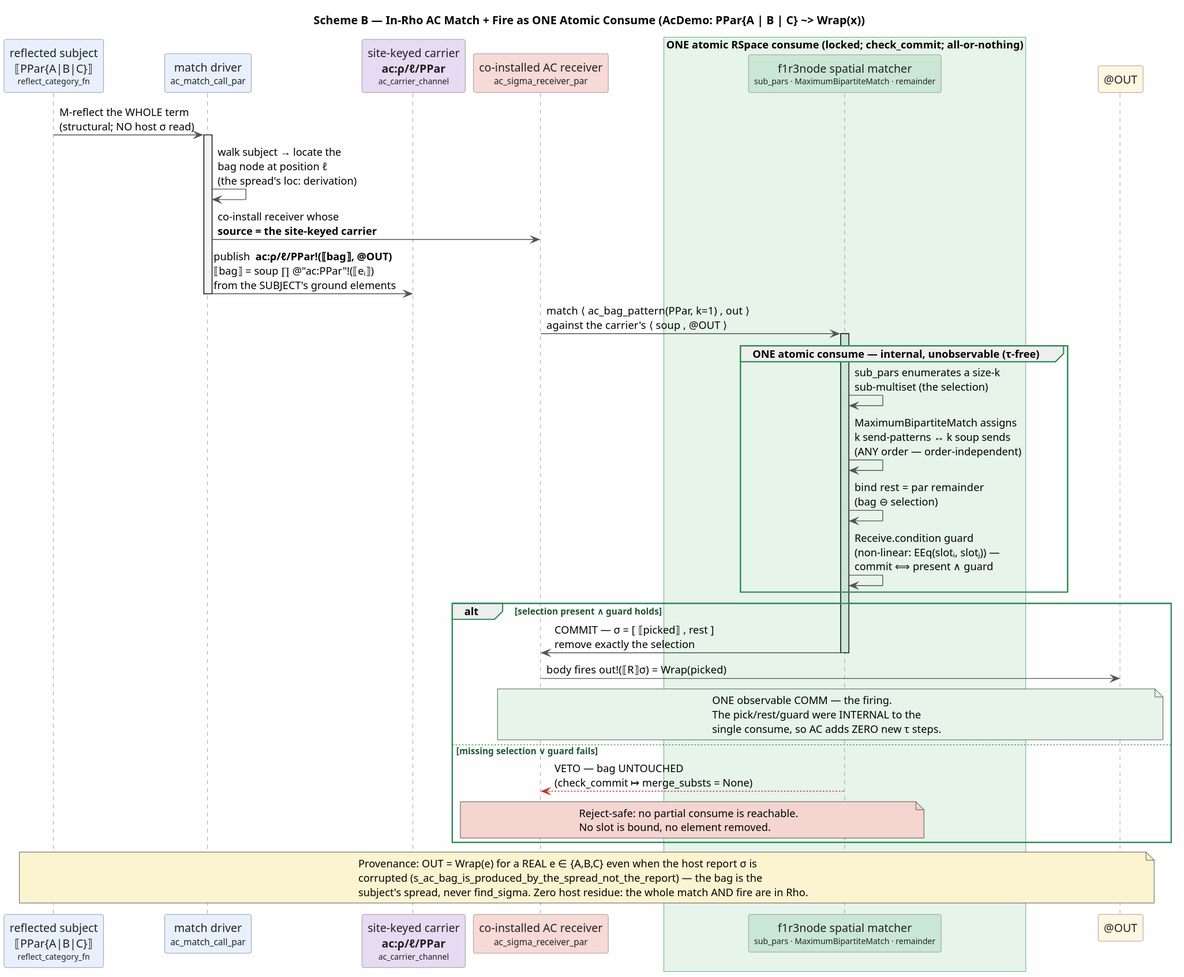
The PlantUML diagram docs/architecture/rho-native-integration/figures/in-rho-ac-matching-scheme-b-flow.svg in F1R3FLY-io/mettail-rust, before a commit.
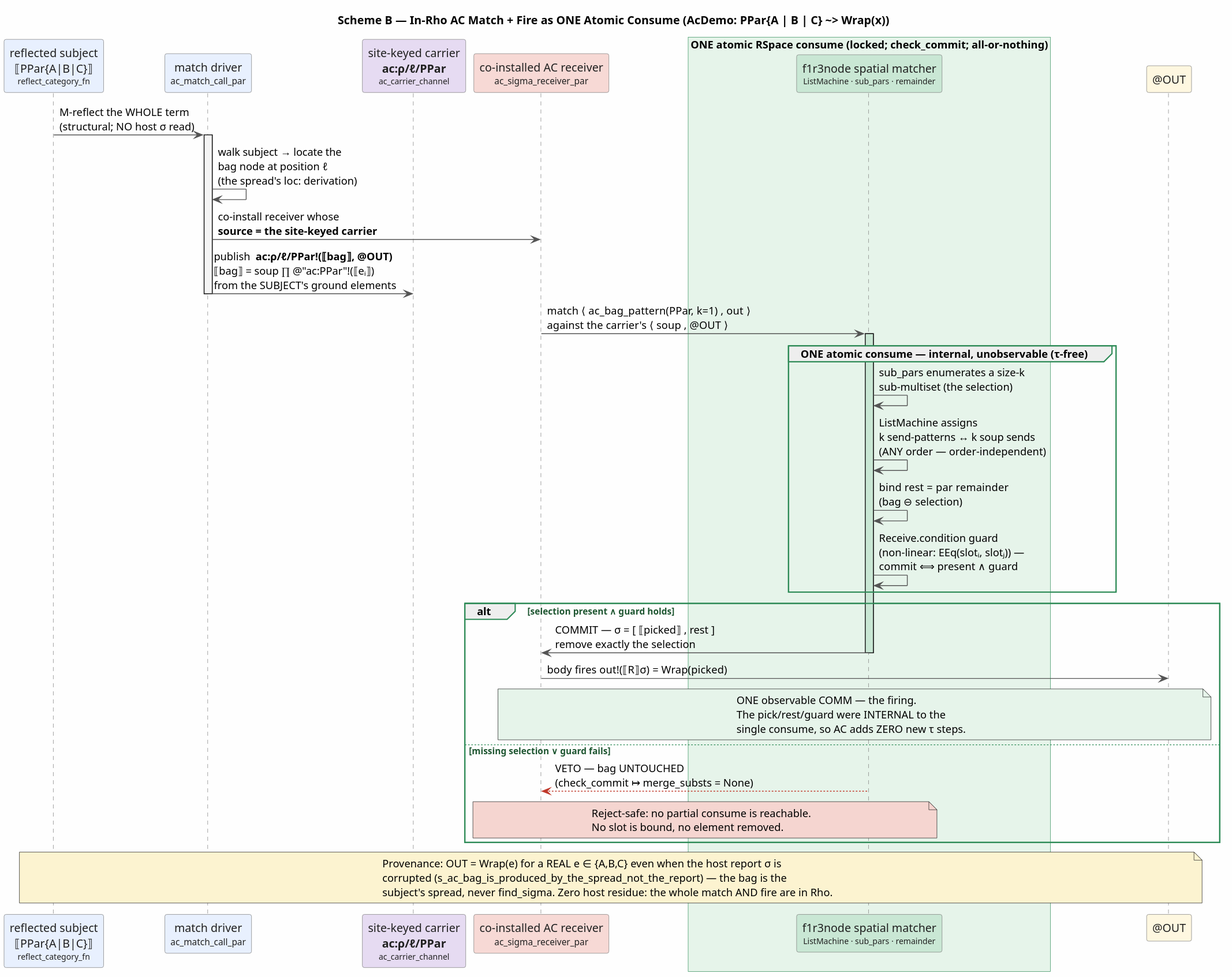
The same file after the commit.

Diff of the diagram source:
```diff
@@ -20,7 +20,7 @@
 participant "site-keyed carrier\n<b>ac:ρ/ℓ/PPar</b>\n<size:10>ac_carrier_channel</size>" as CAR #E6DBF2
 participant "co-installed AC receiver\n<size:11>ac_sigma_receiver_par</size>" as RCV #F7D9D5
 box "ONE atomic RSpace consume  (locked; check_commit; all-or-nothing)" #E6F4EA
-participant "f1r3node spatial matcher\n<size:10>sub_pars · MaximumBipartiteMatch · remainder</size>" as MAT #C9E7D4
+participant "f1r3node spatial matcher\n<size:10>ListMachine · sub_pars · remainder</size>" as MAT #C9E7D4
 end box
 participant "@OUT" as OUT #FEF7E0
 
@@ -35,7 +35,7 @@
 activate MAT #C9E7D4
 group ONE atomic consume — internal, unobservable (τ-free)
   MAT -> MAT : sub_pars enumerates a size-k\nsub-multiset (the selection)
-  MAT -> MAT : MaximumBipartiteMatch assigns\nk send-patterns ↔ k soup sends\n(ANY order — order-independent)
+  MAT -> MAT : ListMachine assigns\nk send-patterns ↔ k soup sends\n(ANY order — order-independent)
   MAT -> MAT : bind  rest = par remainder\n(bag ⊖ selection)
   MAT -> MAT : Receive.condition guard\n(non-linear: EEq(slotᵢ, slotⱼ)) —\ncommit ⟺ present ∧ guard
 end
```
